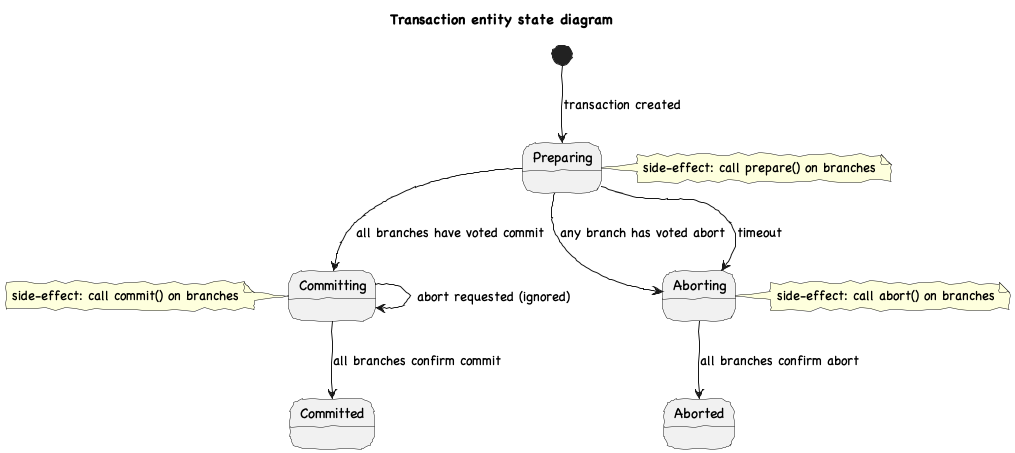
Above: documentation/src/main/paradox/diagrams/TransactionEntity.png in endless4s/endless-transaction (PlantUML), before the change. Its source is kept beside it as documentation/src/main/paradox/diagrams/TransactionEntity.puml.
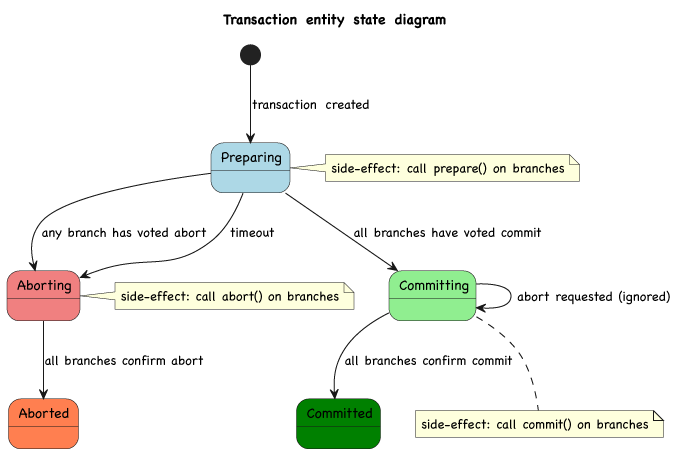
After the change.

Commit message:
Diagram reformatting

What changed in the source:
```diff
@@ -1,5 +1,4 @@
 @startuml
-skinparam handwritten true
 skinparam defaultFontName Chalkboard
 
 title Transaction entity state diagram
@@ -12,6 +11,12 @@
 Aborting --> Aborted : all branches confirm abort
 
 note right of Preparing: side-effect: call prepare() on branches
-note left of Committing: side-effect: call commit() on branches
+note bottom of Committing: side-effect: call commit() on branches
 note right of Aborting: side-effect: call abort() on branches
+
+state Preparing #LightBlue
+state Committing #LightGreen
+state Aborting #LightCoral
+state Committed #Green
+state Aborted #Coral
 @enduml
```
